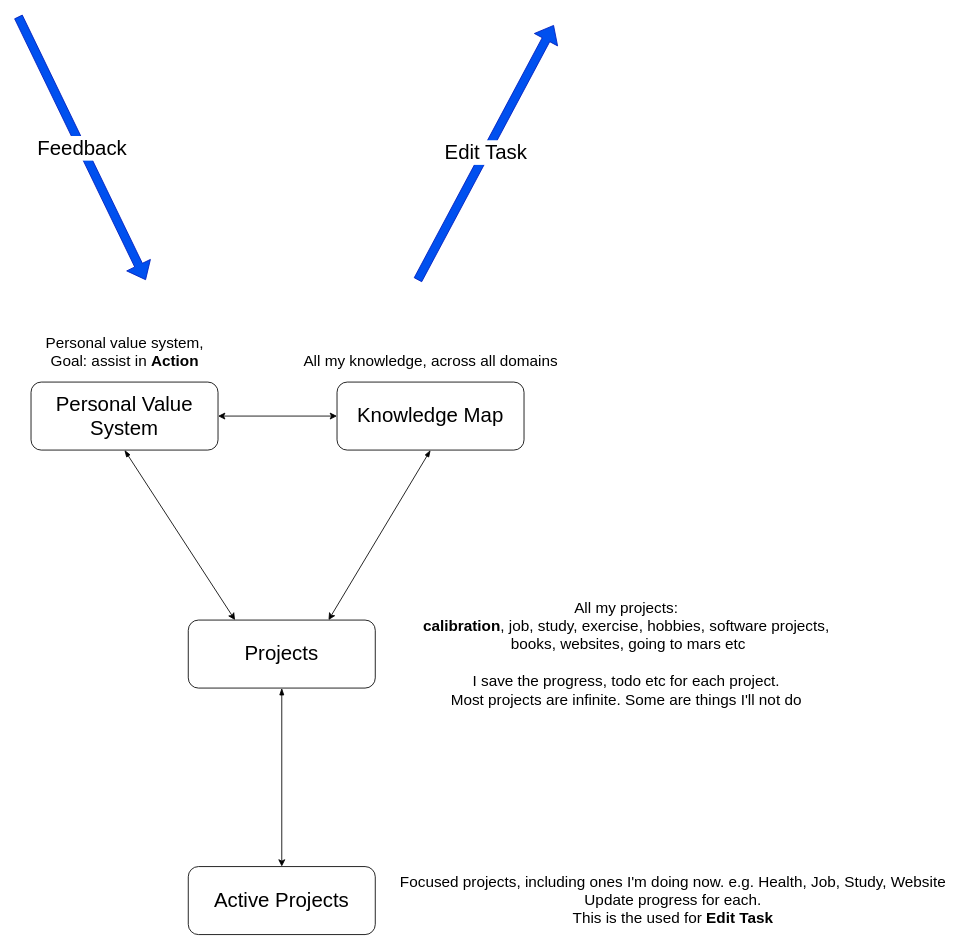
Earlier version of the draw.io diagram page "Model" (7 of 8) of calibration_idea.drawio (non-tech-stuff/life-flow). Source tidied: cells renumbered, new cells numbered last; positions are measured from the earlier drawing's top-left corner, leaving out a move shared by most shapes. Both pictures are drawn from the tidied source at 85%, with x=0, y=0 at pixel (18, 16).
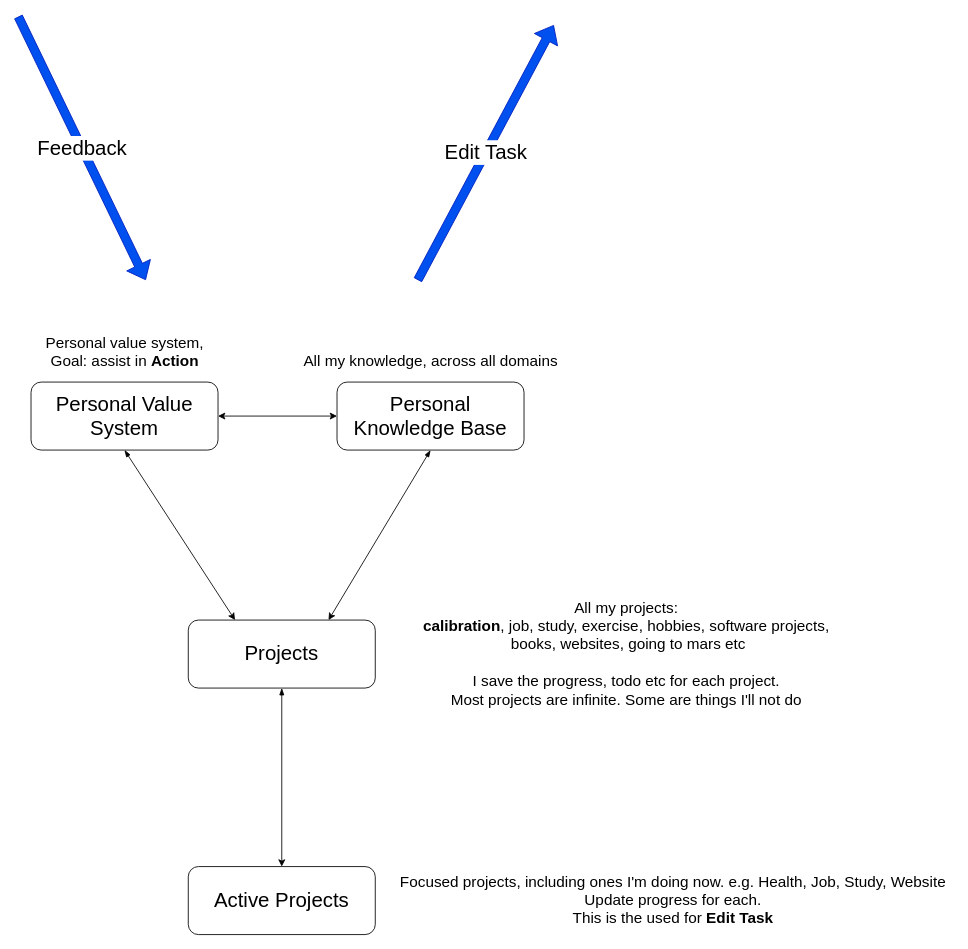
Above is the later version.

Commit message:
Change name of model > knowledge_map to model > personal_knowledge_base

Unchanged cells that the change refers to:
```xml
<mxCell id="8" style="group;" parent="1" vertex="1">
  <mxGeometry x="330" y="390" width="310" height="120" as="geometry" />
</mxCell>
```

Diff of the diagram source:
```diff
@@
-    <mxCell id="9" value="Knowledge Map" style="rounded=1;whiteSpace=wrap;html=1;fontSize=24;" parent="8" vertex="1">
+    <mxCell id="9" value="Personal Knowledge Base" style="rounded=1;whiteSpace=wrap;html=1;fontSize=24;" parent="8" vertex="1">
       <mxGeometry x="45" y="40" width="220" height="80" as="geometry" />
     </mxCell>
```
